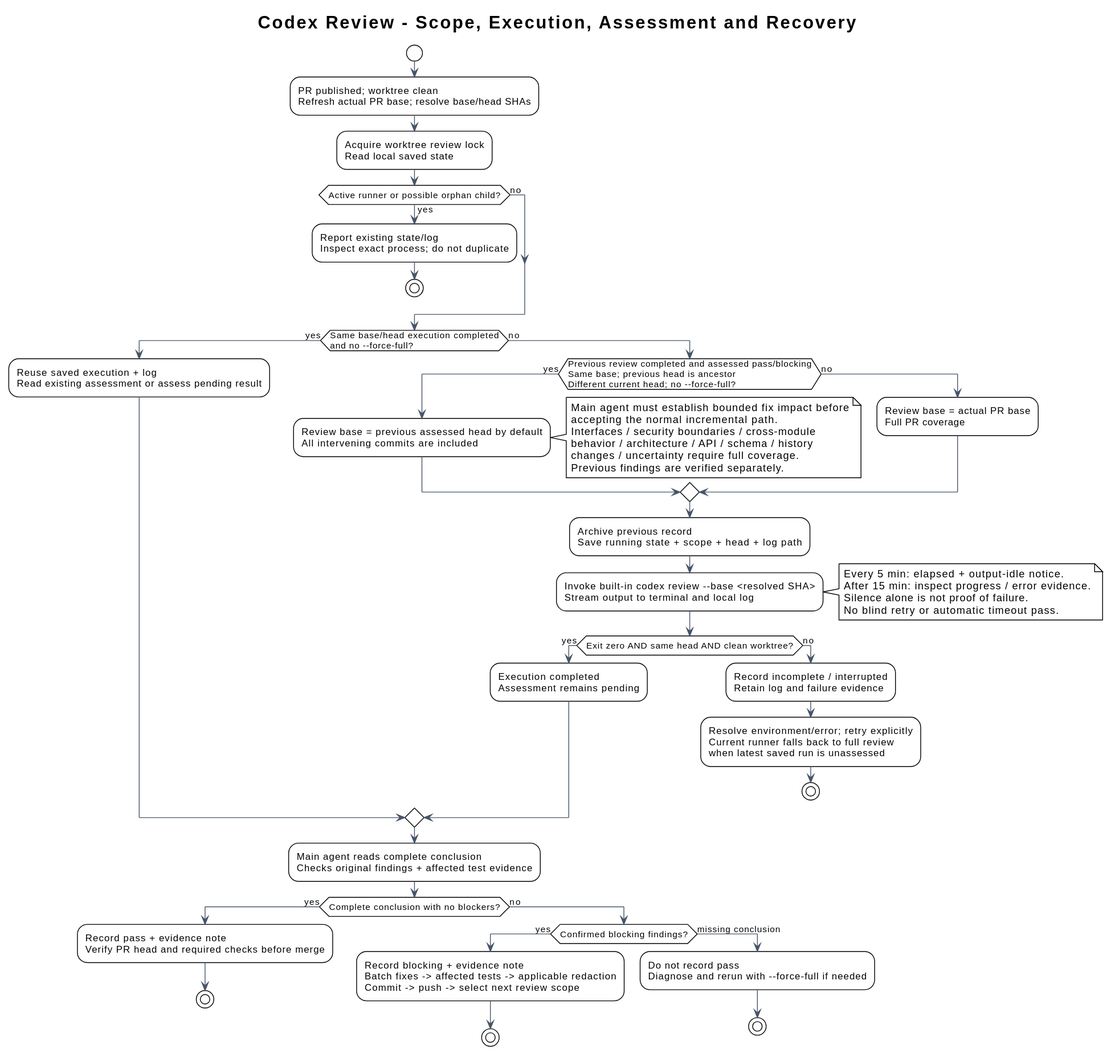
Above: docs/diagrams/review-execution.svg in i-zrhe2016/codex-development-workflow (PlantUML), before the change.
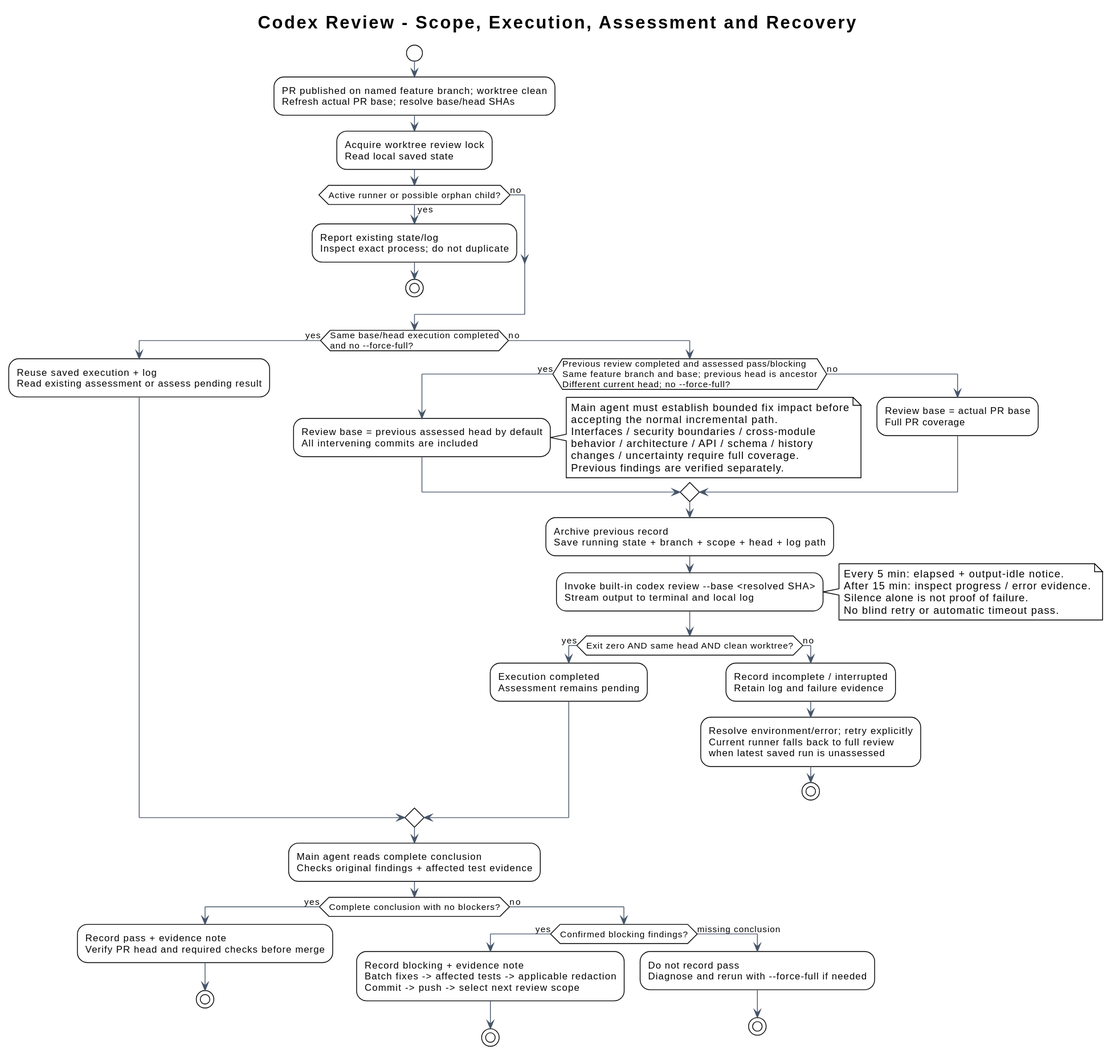
Above is the later version.

Commit message:
fix(review): bind incremental baselines to PR branches

Diff of the diagram source:
```diff
@@ -6,7 +6,7 @@
 title Codex Review - Scope, Execution, Assessment and Recovery
 
 start
-:PR published; worktree clean\nRefresh actual PR base; resolve base/head SHAs;
+:PR published on named feature branch; worktree clean\nRefresh actual PR base; resolve base/head SHAs;
 :Acquire worktree review lock\nRead local saved state;
 if (Active runner or possible orphan child?) then (yes)
   :Report existing state/log\nInspect exact process; do not duplicate;
@@ -16,7 +16,7 @@
 if (Same base/head execution completed\nand no --force-full?) then (yes)
   :Reuse saved execution + log\nRead existing assessment or assess pending result;
 else (no)
-  if (Previous review completed and assessed pass/blocking\nSame base; previous head is ancestor\nDifferent current head; no --force-full?) then (yes)
+  if (Previous review completed and assessed pass/blocking\nSame feature branch and base; previous head is ancestor\nDifferent current head; no --force-full?) then (yes)
     :Review base = previous assessed head by default\nAll intervening commits are included;
     note right
       Main agent must establish bounded fix impact before
@@ -29,7 +29,7 @@
   else (no)
     :Review base = actual PR base\nFull PR coverage;
   endif
-  :Archive previous record\nSave running state + scope + head + log path;
+  :Archive previous record\nSave running state + branch + scope + head + log path;
   :Invoke built-in codex review --base <resolved SHA>\nStream output to terminal and local log;
   note right
     Every 5 min: elapsed + output-idle notice.
```
